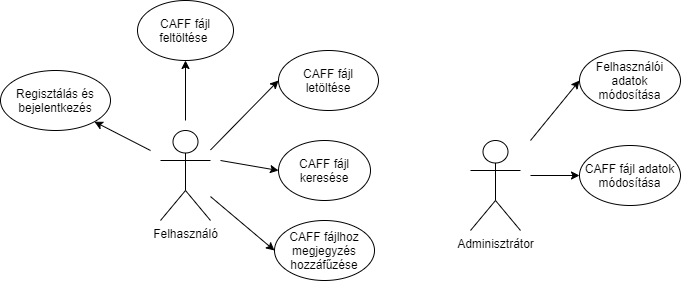
Frydraca/SzBiztonsagHF-C-Sec keeps this draw.io diagram as design/drawio/userScenarios.png. Above is the earlier version. Source tidied: cells renumbered, new cells last; positions are measured from the earlier drawing's top-left corner, leaving out a move shared by most shapes.
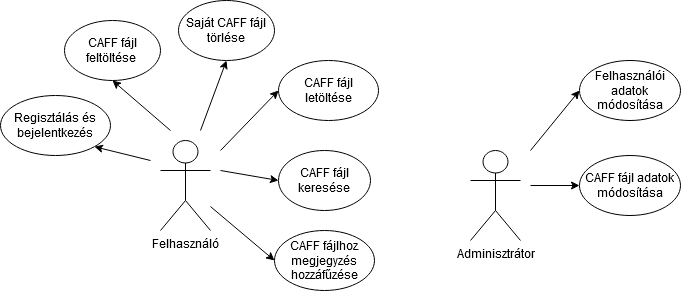
After the change.

What changed in the source:
```diff
@@ -9,13 +9,13 @@
       <mxGeometry x="470" y="140" width="50" height="90" as="geometry" />
     </mxCell>
     <mxCell id="4" value="Regisztálás és bejelentkezés" style="ellipse;whiteSpace=wrap;html=1;" parent="1" vertex="1">
-      <mxGeometry y="70" width="110" height="60" as="geometry" />
+      <mxGeometry y="85" width="110" height="60" as="geometry" />
     </mxCell>
     <mxCell id="5" value="CAFF fájl keresése" style="ellipse;whiteSpace=wrap;html=1;" parent="1" vertex="1">
       <mxGeometry x="278" y="140" width="92" height="60" as="geometry" />
     </mxCell>
     <mxCell id="6" value="CAFF fájl feltöltése&amp;nbsp;" style="ellipse;whiteSpace=wrap;html=1;" parent="1" vertex="1">
-      <mxGeometry x="137" width="96" height="60" as="geometry" />
+      <mxGeometry x="64" y="10" width="96" height="60" as="geometry" />
     </mxCell>
     <mxCell id="7" value="CAFF fájl letöltése" style="ellipse;whiteSpace=wrap;html=1;" parent="1" vertex="1">
       <mxGeometry x="278" y="50" width="100" height="60" as="geometry" />
@@ -23,8 +23,10 @@
     <mxCell id="8" value="CAFF fájlhoz megjegyzés hozzáfűzése" style="ellipse;whiteSpace=wrap;html=1;" parent="1" vertex="1">
       <mxGeometry x="274" y="220" width="100" height="60" as="geometry" />
     </mxCell>
-    <mxCell id="9" style="endArrow=classic;html=1;entryX=0;entryY=0.5;entryDx=0;entryDy=0;" parent="1" edge="1" source="2" target="7">
-      <mxGeometry relative="1" as="geometry" />
+    <mxCell id="9" style="endArrow=classic;html=1;entryX=0;entryY=0.5;entryDx=0;entryDy=0;" parent="1" edge="1" target="7">
+      <mxGeometry relative="1" as="geometry">
+        <mxPoint x="220" y="140" as="sourcePoint" />
+      </mxGeometry>
     </mxCell>
     <mxCell id="10" style="endArrow=classic;html=1;entryX=0;entryY=0.5;entryDx=0;entryDy=0;" parent="1" edge="1" target="5">
       <mxGeometry relative="1" as="geometry">
@@ -36,7 +38,7 @@
     </mxCell>
     <mxCell id="12" style="endArrow=classic;html=1;entryX=0.5;entryY=1;entryDx=0;entryDy=0;" parent="1" edge="1" target="6">
       <mxGeometry relative="1" as="geometry">
-        <mxPoint x="185" y="120" as="sourcePoint" />
+        <mxPoint x="170" y="120" as="sourcePoint" />
       </mxGeometry>
     </mxCell>
     <mxCell id="13" style="endArrow=classic;html=1;entryX=1;entryY=1;entryDx=0;entryDy=0;" parent="1" edge="1" target="4">
@@ -60,5 +62,13 @@
         <mxPoint x="530" y="175" as="sourcePoint" />
       </mxGeometry>
     </mxCell>
+    <mxCell id="18" value="Saját CAFF fájl törlése" style="ellipse;whiteSpace=wrap;html=1;" parent="1" vertex="1">
+      <mxGeometry x="178" y="-10" width="96" height="60" as="geometry" />
+    </mxCell>
+    <mxCell id="19" style="endArrow=classic;html=1;entryX=0.5;entryY=1;entryDx=0;entryDy=0;" parent="1" edge="1" target="18">
+      <mxGeometry relative="1" as="geometry">
+        <mxPoint x="200" y="120" as="sourcePoint" />
+      </mxGeometry>
+    </mxCell>
   </root>
 </mxGraphModel>
```
